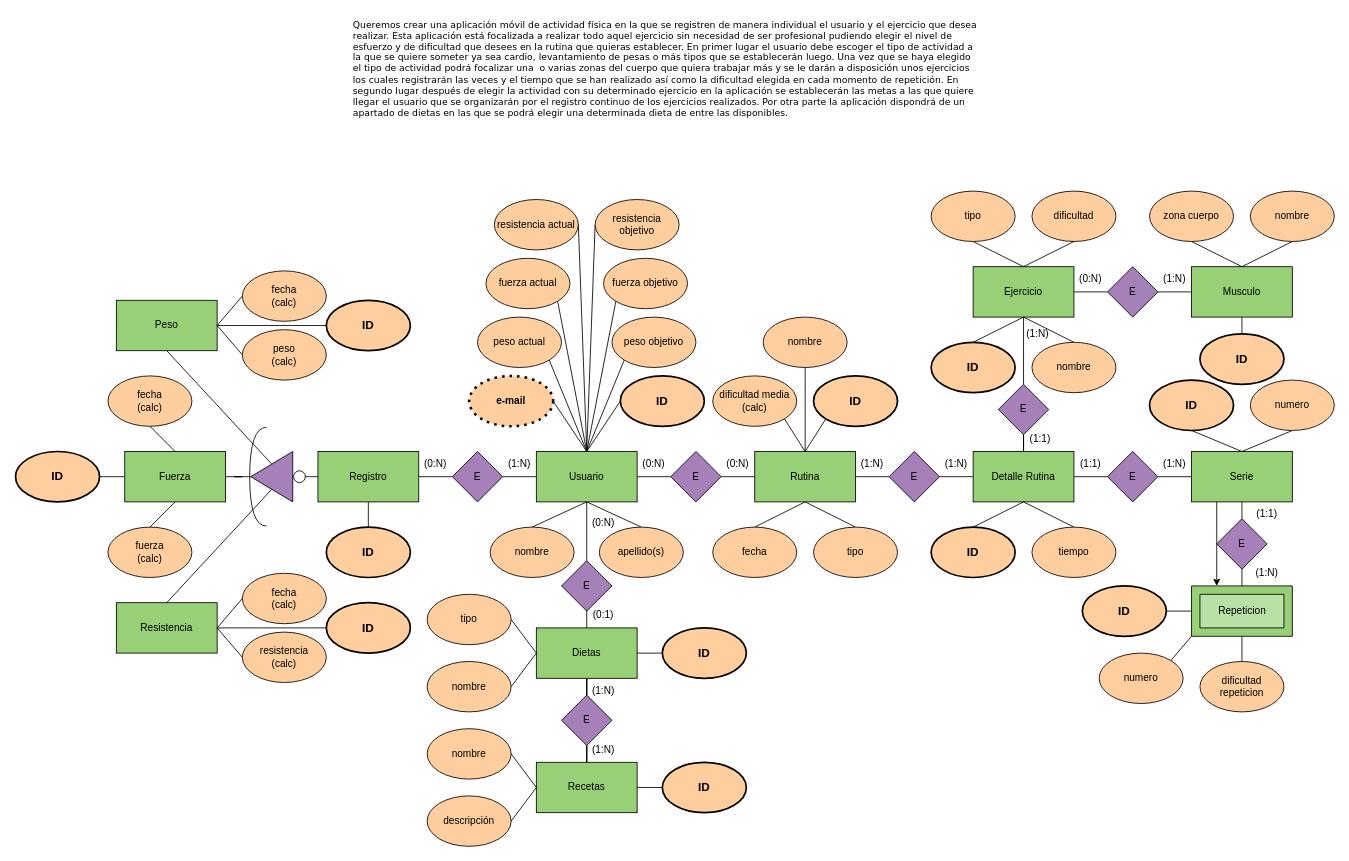
The draw.io diagram drawio/Grupo 8 E/R Grupo 7.drawio in DiEgOfercri/Modelos-BBDD, before the edit. Source tidied: cells renumbered, new cells numbered last; positions are measured from the earlier drawing's top-left corner, leaving out a move shared by most shapes. Both pictures are drawn from the tidied source at 84%, with x=0, y=0 at pixel (15, 14).
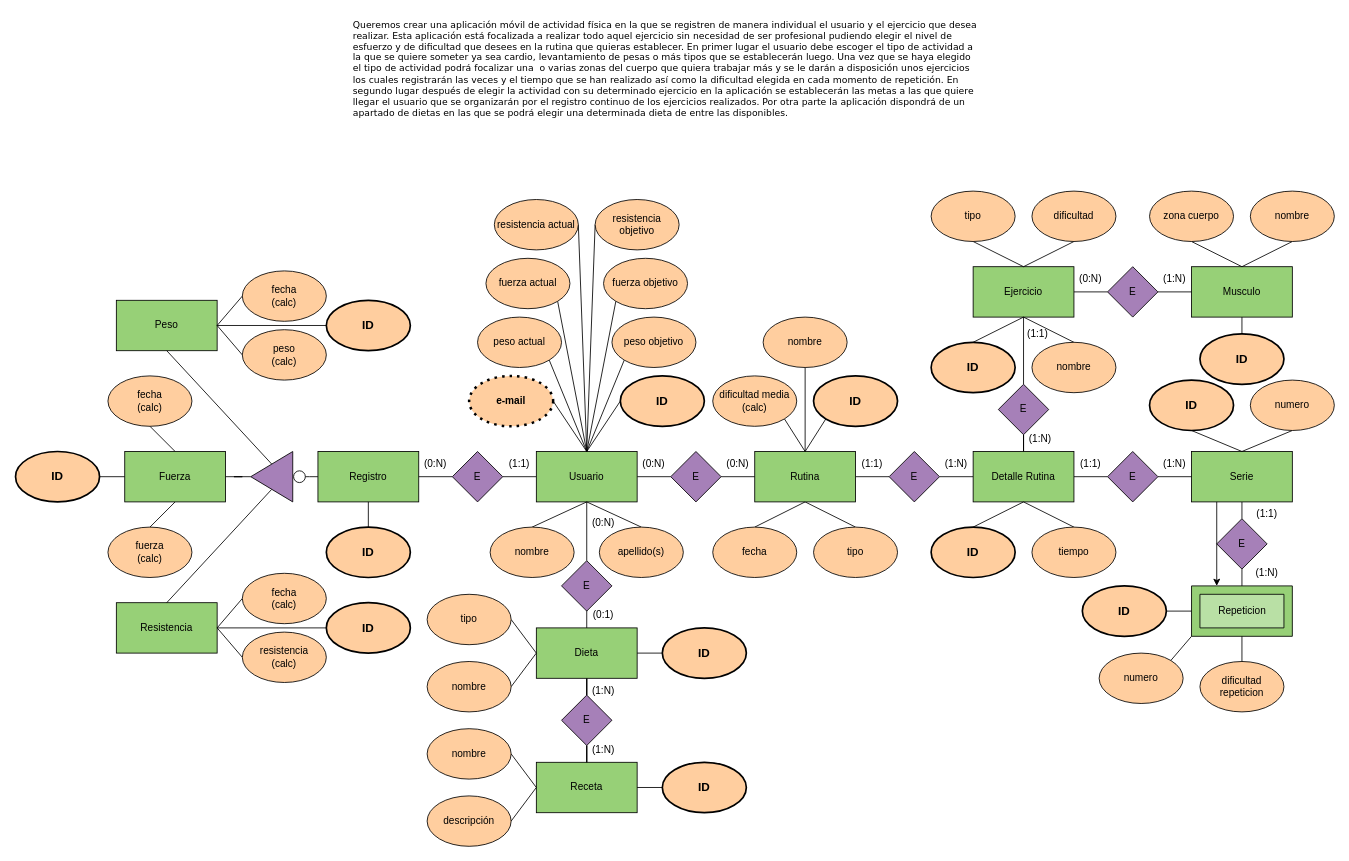
The same diagram, later.

Change to the diagram source:
```diff
@@
-    <mxCell id="17" value="Dietas" style="rounded=0;whiteSpace=wrap;html=1;fillColor=#97D077;" parent="1" vertex="1">
+    <mxCell id="17" value="Dieta" style="rounded=0;whiteSpace=wrap;html=1;fillColor=#97D077;" parent="1" vertex="1">
       <mxGeometry x="620" y="730" width="120" height="60" as="geometry" />
     </mxCell>
@@
-    <mxCell id="23" value="Recetas" style="rounded=0;whiteSpace=wrap;html=1;fillColor=#97D077;" parent="1" vertex="1">
+    <mxCell id="23" value="Receta" style="rounded=0;whiteSpace=wrap;html=1;fillColor=#97D077;" parent="1" vertex="1">
       <mxGeometry x="620" y="890" width="120" height="60" as="geometry" />
     </mxCell>
@@
-    <mxCell id="131" style="shape=requiredInterface;html=1;verticalLabelPosition=bottom;sketch=0;direction=south;rotation=90;" parent="1" vertex="1">
-      <mxGeometry x="230" y="540" width="117.5" height="20" as="geometry" />
-    </mxCell>
@@
-    <mxCell id="144" value="(1:N)" style="text;html=1;strokeColor=none;fillColor=none;align=center;verticalAlign=middle;whiteSpace=wrap;rounded=0;" parent="1" vertex="1">
+    <mxCell id="144" value="(1:1)" style="text;html=1;strokeColor=none;fillColor=none;align=center;verticalAlign=middle;whiteSpace=wrap;rounded=0;" parent="1" vertex="1">
       <mxGeometry x="990" y="520" width="60" height="30" as="geometry" />
     </mxCell>
@@
-    <mxCell id="150" value="(1:1)" style="text;html=1;strokeColor=none;fillColor=none;align=center;verticalAlign=middle;whiteSpace=wrap;rounded=0;" parent="1" vertex="1">
+    <mxCell id="150" value="(1:N)" style="text;html=1;strokeColor=none;fillColor=none;align=center;verticalAlign=middle;whiteSpace=wrap;rounded=0;" parent="1" vertex="1">
       <mxGeometry x="1190" y="490" width="60" height="30" as="geometry" />
     </mxCell>
-    <mxCell id="151" value="(1:N)" style="text;html=1;strokeColor=none;fillColor=none;align=center;verticalAlign=middle;whiteSpace=wrap;rounded=0;" parent="1" vertex="1">
+    <mxCell id="151" value="(1:1)" style="text;html=1;strokeColor=none;fillColor=none;align=center;verticalAlign=middle;whiteSpace=wrap;rounded=0;" parent="1" vertex="1">
       <mxGeometry x="1187" y="365" width="60" height="30" as="geometry" />
     </mxCell>
@@
-    <mxCell id="159" value="(1:N)" style="text;html=1;strokeColor=none;fillColor=none;align=center;verticalAlign=middle;whiteSpace=wrap;rounded=0;" parent="1" vertex="1">
+    <mxCell id="159" value="(1:1)" style="text;html=1;strokeColor=none;fillColor=none;align=center;verticalAlign=middle;whiteSpace=wrap;rounded=0;" parent="1" vertex="1">
       <mxGeometry x="570" y="520" width="60" height="30" as="geometry" />
     </mxCell>
```
